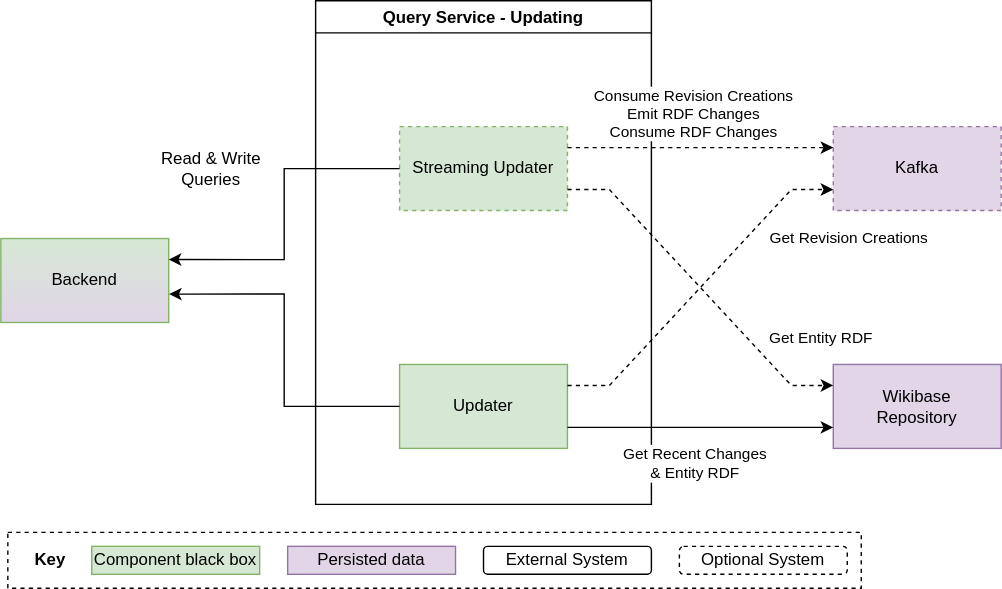
Above: systems/Query/diagrams/05-01-updating.drawio.svg in wmde/wikidata-wikibase-architecture (draw.io), before the change. Source tidied: cells renumbered, new cells last; positions are measured from the earlier drawing's top-left corner, leaving out a move shared by most shapes. Source of this version:
```xml
<mxGraphModel>
  <root>
    <mxCell id="0" />
    <mxCell id="1" parent="0" />
    <mxCell id="2" value="Query Service - Updating" style="swimlane;" parent="1" vertex="1">
      <mxGeometry x="225" width="240" height="360" as="geometry" />
    </mxCell>
    <mxCell id="3" value="Streaming Updater" style="rounded=0;whiteSpace=wrap;html=1;fillColor=#d5e8d4;strokeColor=#82b366;dashed=1;" parent="2" vertex="1">
      <mxGeometry x="60" y="90" width="120" height="60" as="geometry" />
    </mxCell>
    <mxCell id="4" value="Updater" style="rounded=0;whiteSpace=wrap;html=1;fillColor=#d5e8d4;strokeColor=#82b366;" parent="2" vertex="1">
      <mxGeometry x="60" y="260" width="120" height="60" as="geometry" />
    </mxCell>
    <mxCell id="5" style="rounded=0;whiteSpace=wrap;html=1;fillColor=none;dashed=1;" parent="1" vertex="1">
      <mxGeometry x="5" y="380" width="610" height="40" as="geometry" />
    </mxCell>
    <mxCell id="6" value="&lt;b&gt;Key&lt;/b&gt;" style="text;html=1;align=center;verticalAlign=middle;strokeColor=none;" parent="1" vertex="1">
      <mxGeometry x="15" y="390" width="40" height="20" as="geometry" />
    </mxCell>
    <mxCell id="7" value="Component black box" style="rounded=0;whiteSpace=wrap;html=1;align=center;fillColor=#d5e8d4;strokeColor=#82b366;" parent="1" vertex="1">
      <mxGeometry x="65" y="390" width="120" height="20" as="geometry" />
    </mxCell>
    <mxCell id="8" value="Persisted data" style="rounded=0;whiteSpace=wrap;html=1;align=center;fillColor=#e1d5e7;strokeColor=#9673a6;" parent="1" vertex="1">
      <mxGeometry x="205" y="390" width="120" height="20" as="geometry" />
    </mxCell>
    <mxCell id="9" value="External System" style="rounded=1;whiteSpace=wrap;html=1;align=center;" parent="1" vertex="1">
      <mxGeometry x="345" y="390" width="120" height="20" as="geometry" />
    </mxCell>
    <mxCell id="10" value="Optional System" style="rounded=1;whiteSpace=wrap;html=1;align=center;dashed=1;" parent="1" vertex="1">
      <mxGeometry x="485" y="390" width="120" height="20" as="geometry" />
    </mxCell>
    <mxCell id="11" value="Backend" style="rounded=0;whiteSpace=wrap;html=1;fillColor=#d5e8d4;strokeColor=#82b366;gradientColor=#E1D5E7;" parent="1" vertex="1">
      <mxGeometry y="170" width="120" height="60" as="geometry" />
    </mxCell>
    <mxCell id="12" value="Wikibase&lt;br&gt;Repository" style="rounded=0;whiteSpace=wrap;html=1;fillColor=#e1d5e7;strokeColor=#9673a6;" parent="1" vertex="1">
      <mxGeometry x="595" y="260" width="120" height="60" as="geometry" />
    </mxCell>
    <mxCell id="13" value="Kafka" style="rounded=0;whiteSpace=wrap;html=1;dashed=1;fillColor=#e1d5e7;strokeColor=#9673a6;" parent="1" vertex="1">
      <mxGeometry x="595" y="90" width="120" height="60" as="geometry" />
    </mxCell>
    <mxCell id="14" style="edgeStyle=orthogonalEdgeStyle;rounded=0;jettySize=auto;html=1;entryX=1;entryY=0.25;entryDx=0;entryDy=0;" parent="1" edge="1" source="3" target="11">
      <mxGeometry relative="1" as="geometry" />
    </mxCell>
    <mxCell id="15" style="edgeStyle=orthogonalEdgeStyle;rounded=0;jettySize=auto;html=1;entryX=1.002;entryY=0.662;entryDx=0;entryDy=0;entryPerimeter=0;" parent="1" edge="1" source="4" target="11">
      <mxGeometry relative="1" as="geometry" />
    </mxCell>
    <mxCell id="16" style="edgeStyle=orthogonalEdgeStyle;rounded=0;jettySize=auto;html=1;dashed=1;entryX=0;entryY=0.25;entryDx=0;entryDy=0;exitX=1;exitY=0.25;exitDx=0;exitDy=0;" parent="1" edge="1" source="3" target="13">
      <mxGeometry relative="1" as="geometry" />
    </mxCell>
    <mxCell id="17" value="Consume Revision Creations&lt;br&gt;Emit RDF Changes&lt;br&gt;Consume RDF Changes" style="edgeLabel;html=1;align=center;verticalAlign=middle;" parent="16" vertex="1">
      <mxGeometry x="0.17" y="2" relative="1" as="geometry">
        <mxPoint x="-22" y="-23" as="offset" />
      </mxGeometry>
    </mxCell>
    <mxCell id="18" style="edgeStyle=orthogonalEdgeStyle;rounded=0;jettySize=auto;html=1;entryX=0;entryY=0.75;entryDx=0;entryDy=0;exitX=1;exitY=0.75;exitDx=0;exitDy=0;" parent="1" edge="1" source="4" target="12">
      <mxGeometry relative="1" as="geometry" />
    </mxCell>
    <mxCell id="19" value="Get Recent Changes&lt;br&gt;&amp;amp; Entity RDF" style="edgeLabel;html=1;align=center;verticalAlign=middle;" parent="18" vertex="1">
      <mxGeometry x="0.21" y="-1" relative="1" as="geometry">
        <mxPoint x="-25" y="24" as="offset" />
      </mxGeometry>
    </mxCell>
    <mxCell id="20" style="edgeStyle=entityRelationEdgeStyle;rounded=0;jettySize=auto;html=1;exitX=1;exitY=0.75;exitDx=0;exitDy=0;entryX=0;entryY=0.25;entryDx=0;entryDy=0;dashed=1;elbow=vertical;" parent="1" edge="1" source="3" target="12">
      <mxGeometry relative="1" as="geometry" />
    </mxCell>
    <mxCell id="21" value="Get Entity RDF" style="edgeLabel;html=1;align=center;verticalAlign=middle;" parent="20" vertex="1">
      <mxGeometry x="0.56" y="1" relative="1" as="geometry">
        <mxPoint x="36" y="-16" as="offset" />
      </mxGeometry>
    </mxCell>
    <mxCell id="22" style="edgeStyle=entityRelationEdgeStyle;rounded=0;jettySize=auto;html=1;exitX=1;exitY=0.25;exitDx=0;exitDy=0;entryX=0;entryY=0.75;entryDx=0;entryDy=0;dashed=1;" parent="1" edge="1" source="4" target="13">
      <mxGeometry relative="1" as="geometry" />
    </mxCell>
    <mxCell id="23" value="Get Revision Creations" style="edgeLabel;html=1;align=center;verticalAlign=middle;" parent="22" vertex="1">
      <mxGeometry x="0.46" y="-2" relative="1" as="geometry">
        <mxPoint x="64" y="6" as="offset" />
      </mxGeometry>
    </mxCell>
    <mxCell id="24" value="Read &amp;amp; Write&lt;br&gt;Queries" style="text;html=1;align=center;verticalAlign=middle;strokeColor=none;" parent="1" vertex="1">
      <mxGeometry x="105" y="105" width="90" height="30" as="geometry" />
    </mxCell>
  </root>
</mxGraphModel>
```
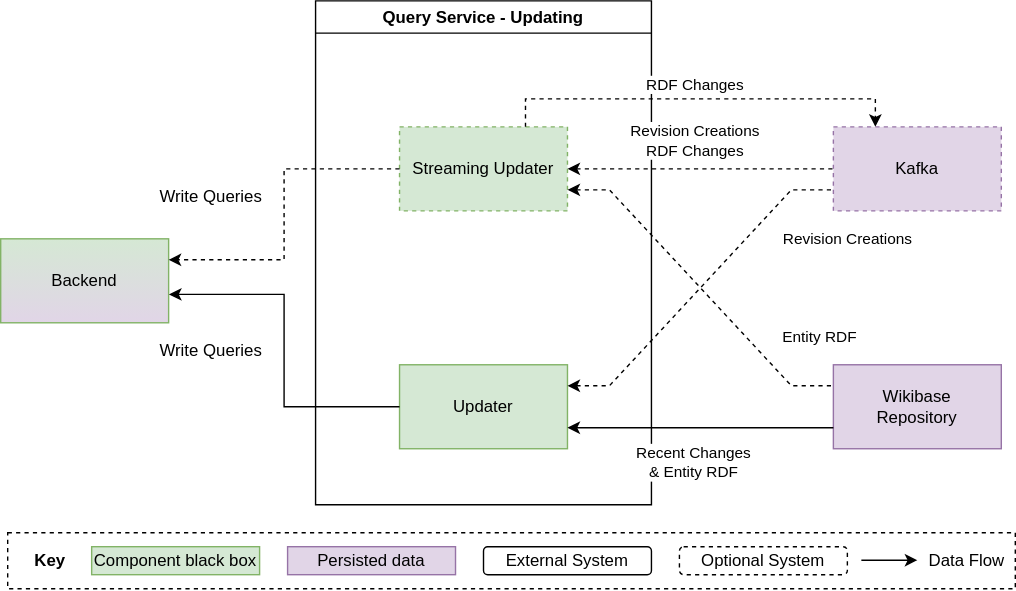
After the change.

What changed in the source:
```diff
@@ -12,7 +12,7 @@
       <mxGeometry x="60" y="260" width="120" height="60" as="geometry" />
     </mxCell>
     <mxCell id="5" style="rounded=0;whiteSpace=wrap;html=1;fillColor=none;dashed=1;" parent="1" vertex="1">
-      <mxGeometry x="5" y="380" width="610" height="40" as="geometry" />
+      <mxGeometry x="5" y="380" width="720" height="40" as="geometry" />
     </mxCell>
     <mxCell id="6" value="&lt;b&gt;Key&lt;/b&gt;" style="text;html=1;align=center;verticalAlign=middle;strokeColor=none;" parent="1" vertex="1">
       <mxGeometry x="15" y="390" width="40" height="20" as="geometry" />
@@ -38,46 +38,66 @@
     <mxCell id="13" value="Kafka" style="rounded=0;whiteSpace=wrap;html=1;dashed=1;fillColor=#e1d5e7;strokeColor=#9673a6;" parent="1" vertex="1">
       <mxGeometry x="595" y="90" width="120" height="60" as="geometry" />
     </mxCell>
-    <mxCell id="14" style="edgeStyle=orthogonalEdgeStyle;rounded=0;jettySize=auto;html=1;entryX=1;entryY=0.25;entryDx=0;entryDy=0;" parent="1" edge="1" source="3" target="11">
+    <mxCell id="14" style="edgeStyle=orthogonalEdgeStyle;rounded=0;jettySize=auto;html=1;entryX=1;entryY=0.25;entryDx=0;entryDy=0;dashed=1;" parent="1" edge="1" source="3" target="11">
       <mxGeometry relative="1" as="geometry" />
     </mxCell>
     <mxCell id="15" style="edgeStyle=orthogonalEdgeStyle;rounded=0;jettySize=auto;html=1;entryX=1.002;entryY=0.662;entryDx=0;entryDy=0;entryPerimeter=0;" parent="1" edge="1" source="4" target="11">
       <mxGeometry relative="1" as="geometry" />
     </mxCell>
-    <mxCell id="16" style="edgeStyle=orthogonalEdgeStyle;rounded=0;jettySize=auto;html=1;dashed=1;entryX=0;entryY=0.25;entryDx=0;entryDy=0;exitX=1;exitY=0.25;exitDx=0;exitDy=0;" parent="1" edge="1" source="3" target="13">
+    <mxCell id="16" style="edgeStyle=orthogonalEdgeStyle;rounded=0;jettySize=auto;html=1;dashed=1;entryX=0;entryY=0.5;entryDx=0;entryDy=0;exitX=1;exitY=0.5;exitDx=0;exitDy=0;startArrow=classic;startFill=1;endArrow=none;endFill=0;" parent="1" edge="1" source="3" target="13">
       <mxGeometry relative="1" as="geometry" />
     </mxCell>
-    <mxCell id="17" value="Consume Revision Creations&lt;br&gt;Emit RDF Changes&lt;br&gt;Consume RDF Changes" style="edgeLabel;html=1;align=center;verticalAlign=middle;" parent="16" vertex="1">
+    <mxCell id="17" value="Revision Creations&lt;br&gt;RDF Changes" style="edgeLabel;html=1;align=center;verticalAlign=middle;" parent="16" vertex="1">
       <mxGeometry x="0.17" y="2" relative="1" as="geometry">
-        <mxPoint x="-22" y="-23" as="offset" />
+        <mxPoint x="-21" y="-18" as="offset" />
       </mxGeometry>
     </mxCell>
-    <mxCell id="18" style="edgeStyle=orthogonalEdgeStyle;rounded=0;jettySize=auto;html=1;entryX=0;entryY=0.75;entryDx=0;entryDy=0;exitX=1;exitY=0.75;exitDx=0;exitDy=0;" parent="1" edge="1" source="4" target="12">
+    <mxCell id="18" style="edgeStyle=orthogonalEdgeStyle;rounded=0;jettySize=auto;html=1;entryX=0;entryY=0.75;entryDx=0;entryDy=0;exitX=1;exitY=0.75;exitDx=0;exitDy=0;startArrow=classic;startFill=1;endArrow=none;endFill=0;" parent="1" edge="1" source="4" target="12">
       <mxGeometry relative="1" as="geometry" />
     </mxCell>
-    <mxCell id="19" value="Get Recent Changes&lt;br&gt;&amp;amp; Entity RDF" style="edgeLabel;html=1;align=center;verticalAlign=middle;" parent="18" vertex="1">
+    <mxCell id="19" value="Recent Changes&lt;br&gt;&amp;amp; Entity RDF" style="edgeLabel;html=1;align=center;verticalAlign=middle;" parent="18" vertex="1">
       <mxGeometry x="0.21" y="-1" relative="1" as="geometry">
         <mxPoint x="-25" y="24" as="offset" />
       </mxGeometry>
     </mxCell>
-    <mxCell id="20" style="edgeStyle=entityRelationEdgeStyle;rounded=0;jettySize=auto;html=1;exitX=1;exitY=0.75;exitDx=0;exitDy=0;entryX=0;entryY=0.25;entryDx=0;entryDy=0;dashed=1;elbow=vertical;" parent="1" edge="1" source="3" target="12">
+    <mxCell id="20" style="edgeStyle=entityRelationEdgeStyle;rounded=0;jettySize=auto;html=1;exitX=1;exitY=0.75;exitDx=0;exitDy=0;entryX=0;entryY=0.25;entryDx=0;entryDy=0;dashed=1;elbow=vertical;startArrow=classic;startFill=1;endArrow=none;endFill=0;" parent="1" edge="1" source="3" target="12">
       <mxGeometry relative="1" as="geometry" />
     </mxCell>
-    <mxCell id="21" value="Get Entity RDF" style="edgeLabel;html=1;align=center;verticalAlign=middle;" parent="20" vertex="1">
+    <mxCell id="21" value="Entity RDF" style="edgeLabel;html=1;align=center;verticalAlign=middle;" parent="20" vertex="1">
       <mxGeometry x="0.56" y="1" relative="1" as="geometry">
         <mxPoint x="36" y="-16" as="offset" />
       </mxGeometry>
     </mxCell>
-    <mxCell id="22" style="edgeStyle=entityRelationEdgeStyle;rounded=0;jettySize=auto;html=1;exitX=1;exitY=0.25;exitDx=0;exitDy=0;entryX=0;entryY=0.75;entryDx=0;entryDy=0;dashed=1;" parent="1" edge="1" source="4" target="13">
+    <mxCell id="22" style="edgeStyle=entityRelationEdgeStyle;rounded=0;jettySize=auto;html=1;exitX=1;exitY=0.25;exitDx=0;exitDy=0;entryX=0;entryY=0.75;entryDx=0;entryDy=0;dashed=1;startArrow=classic;startFill=1;endArrow=none;endFill=0;" parent="1" edge="1" source="4" target="13">
       <mxGeometry relative="1" as="geometry" />
     </mxCell>
-    <mxCell id="23" value="Get Revision Creations" style="edgeLabel;html=1;align=center;verticalAlign=middle;" parent="22" vertex="1">
+    <mxCell id="23" value="Revision Creations" style="edgeLabel;html=1;align=center;verticalAlign=middle;" parent="22" vertex="1">
       <mxGeometry x="0.46" y="-2" relative="1" as="geometry">
         <mxPoint x="64" y="6" as="offset" />
       </mxGeometry>
     </mxCell>
-    <mxCell id="24" value="Read &amp;amp; Write&lt;br&gt;Queries" style="text;html=1;align=center;verticalAlign=middle;strokeColor=none;" parent="1" vertex="1">
-      <mxGeometry x="105" y="105" width="90" height="30" as="geometry" />
+    <mxCell id="24" value="Write Queries" style="text;html=1;align=center;verticalAlign=middle;strokeColor=none;" parent="1" vertex="1">
+      <mxGeometry x="105" y="130" width="90" height="20" as="geometry" />
     </mxCell>
+    <mxCell id="25" style="endArrow=classic;html=1;" parent="1" edge="1">
+      <mxGeometry relative="1" as="geometry">
+        <mxPoint x="615" y="399.7" as="sourcePoint" />
+        <mxPoint x="655" y="399.7" as="targetPoint" />
+      </mxGeometry>
+    </mxCell>
+    <mxCell id="26" value="Data Flow" style="text;html=1;align=center;verticalAlign=middle;strokeColor=none;" parent="1" vertex="1">
+      <mxGeometry x="655" y="390" width="70" height="20" as="geometry" />
+    </mxCell>
+    <mxCell id="27" value="Write Queries" style="text;html=1;align=center;verticalAlign=middle;strokeColor=none;" parent="1" vertex="1">
+      <mxGeometry x="105" y="240" width="90" height="20" as="geometry" />
+    </mxCell>
+    <mxCell id="28" style="edgeStyle=orthogonalEdgeStyle;rounded=0;jettySize=auto;html=1;exitX=0.75;exitY=0;exitDx=0;exitDy=0;entryX=0.25;entryY=0;entryDx=0;entryDy=0;startArrow=none;startFill=0;endArrow=classic;endFill=1;dashed=1;" parent="1" edge="1" source="3" target="13">
+      <mxGeometry relative="1" as="geometry" />
+    </mxCell>
+    <mxCell id="29" value="RDF Changes" style="edgeLabel;html=1;align=center;verticalAlign=middle;" parent="28" vertex="1">
+      <mxGeometry x="0.29" y="1" relative="1" as="geometry">
+        <mxPoint x="-46" y="-9" as="offset" />
+      </mxGeometry>
+    </mxCell>
   </root>
 </mxGraphModel>
```
